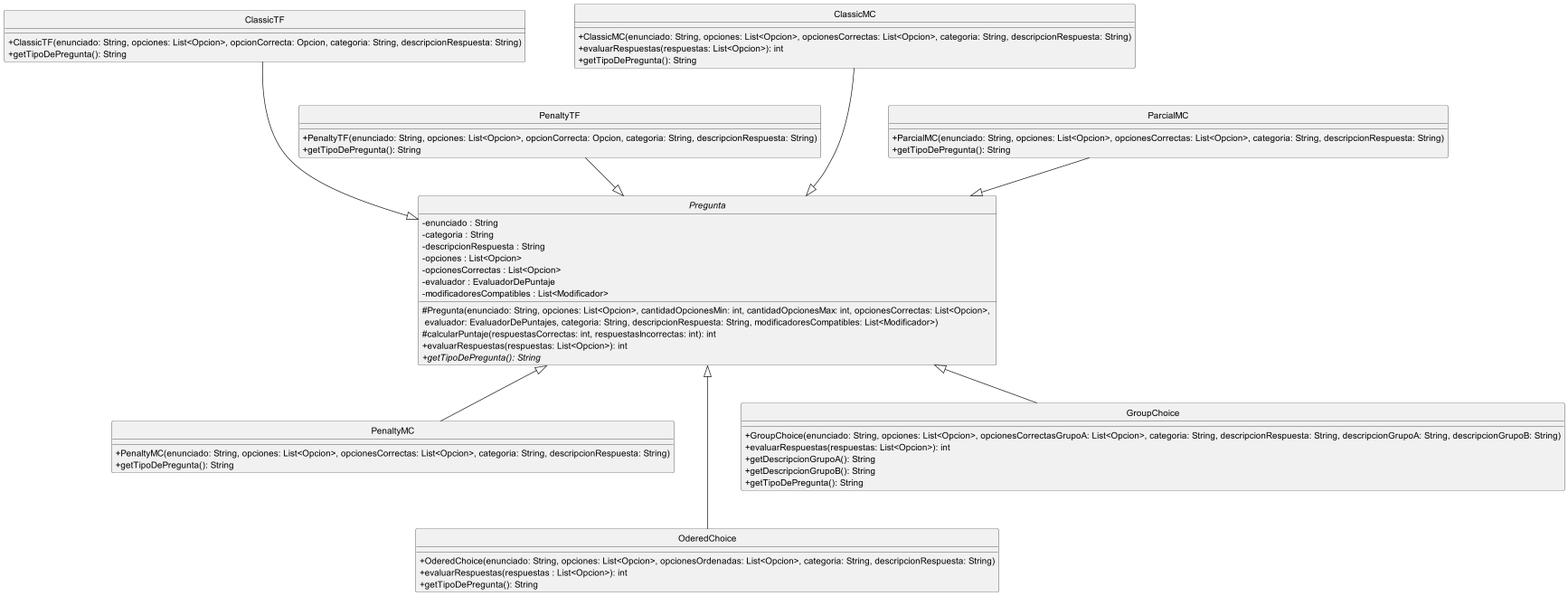
Before: diagrams/classes/clase_pregunta.png, a diagram exported from PlantUML (lautiland/TP2-ALGO3-ALGOHOOT).
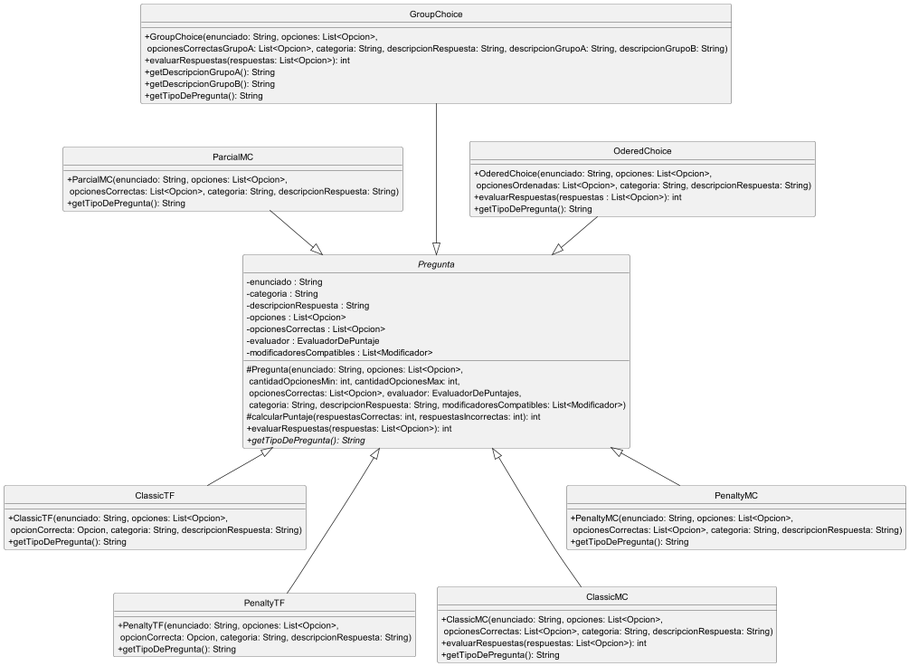
The same diagram one commit later.

Change to the diagram source:
```diff
@@ -12,58 +12,58 @@
     - opcionesCorrectas : List<Opcion>
     - evaluador : EvaluadorDePuntaje
     - modificadoresCompatibles : List<Modificador>
-    # Pregunta(enunciado: String, opciones: List<Opcion>, cantidadOpcionesMin: int, cantidadOpcionesMax: int, opcionesCorrectas: List<Opcion>, \n evaluador: EvaluadorDePuntajes, categoria: String, descripcionRespuesta: String, modificadoresCompatibles: List<Modificador>)
+    # Pregunta(enunciado: String, opciones: List<Opcion>, \n cantidadOpcionesMin: int, cantidadOpcionesMax: int, \n opcionesCorrectas: List<Opcion>, evaluador: EvaluadorDePuntajes, \n categoria: String, descripcionRespuesta: String, modificadoresCompatibles: List<Modificador>)
     # calcularPuntaje(respuestasCorrectas: int, respuestasIncorrectas: int): int
     + evaluarRespuestas(respuestas: List<Opcion>): int
     + {abstract} getTipoDePregunta(): String
 }
 
 class ClassicTF {
-    + ClassicTF(enunciado: String, opciones: List<Opcion>, opcionCorrecta: Opcion, categoria: String, descripcionRespuesta: String)
+    + ClassicTF(enunciado: String, opciones: List<Opcion>, \n opcionCorrecta: Opcion, categoria: String, descripcionRespuesta: String)
     + getTipoDePregunta(): String
 }
 
 class PenaltyTF {
-    + PenaltyTF(enunciado: String, opciones: List<Opcion>, opcionCorrecta: Opcion, categoria: String, descripcionRespuesta: String)
+    + PenaltyTF(enunciado: String, opciones: List<Opcion>, \n opcionCorrecta: Opcion, categoria: String, descripcionRespuesta: String)
     + getTipoDePregunta(): String
 }
 
 class ClassicMC {
-    + ClassicMC(enunciado: String, opciones: List<Opcion>, opcionesCorrectas: List<Opcion>, categoria: String, descripcionRespuesta: String)
+    + ClassicMC(enunciado: String, opciones: List<Opcion>, \n opcionesCorrectas: List<Opcion>, categoria: String, descripcionRespuesta: String)
     + evaluarRespuestas(respuestas: List<Opcion>): int
     + getTipoDePregunta(): String
 }
 
 class PenaltyMC {
-    + PenaltyMC(enunciado: String, opciones: List<Opcion>, opcionesCorrectas: List<Opcion>, categoria: String, descripcionRespuesta: String)
+    + PenaltyMC(enunciado: String, opciones: List<Opcion>, \n opcionesCorrectas: List<Opcion>, categoria: String, descripcionRespuesta: String)
     + getTipoDePregunta(): String
 }
 
 class ParcialMC {
-    + ParcialMC(enunciado: String, opciones: List<Opcion>, opcionesCorrectas: List<Opcion>, categoria: String, descripcionRespuesta: String)
-    + getTipoDePregunta(): String
-}
-
-class OderedChoice {
-    + OderedChoice(enunciado: String, opciones: List<Opcion>, opcionesOrdenadas: List<Opcion>, categoria: String, descripcionRespuesta: String)
-    + evaluarRespuestas(respuestas : List<Opcion>): int
+    + ParcialMC(enunciado: String, opciones: List<Opcion>, \n opcionesCorrectas: List<Opcion>, categoria: String, descripcionRespuesta: String)
     + getTipoDePregunta(): String
 }
 
 class GroupChoice {
-    + GroupChoice(enunciado: String, opciones: List<Opcion>, opcionesCorrectasGrupoA: List<Opcion>, categoria: String, descripcionRespuesta: String, descripcionGrupoA: String, descripcionGrupoB: String)
+    + GroupChoice(enunciado: String, opciones: List<Opcion>, \n opcionesCorrectasGrupoA: List<Opcion>, categoria: String, descripcionRespuesta: String, descripcionGrupoA: String, descripcionGrupoB: String)
     + evaluarRespuestas(respuestas: List<Opcion>): int
     + getDescripcionGrupoA(): String
     + getDescripcionGrupoB(): String
     + getTipoDePregunta(): String
 }
 
-ClassicTF --down-|> Pregunta
-ClassicMC --down-|> Pregunta
-PenaltyTF -down-|> Pregunta
+class OderedChoice {
+    + OderedChoice(enunciado: String, opciones: List<Opcion>, \n opcionesOrdenadas: List<Opcion>, categoria: String, descripcionRespuesta: String)
+    + evaluarRespuestas(respuestas : List<Opcion>): int
+    + getTipoDePregunta(): String
+}
+
+ClassicTF -up-|> Pregunta
+ClassicMC --up-|> Pregunta
+PenaltyTF --up-|> Pregunta
 PenaltyMC -up-|> Pregunta
-ParcialMC -down-|> Pregunta
-OderedChoice --up-|> Pregunta
-GroupChoice -up-|> Pregunta
+ParcialMC --|> Pregunta
+GroupChoice ---|> Pregunta
+OderedChoice --|> Pregunta
 
 @enduml
```
